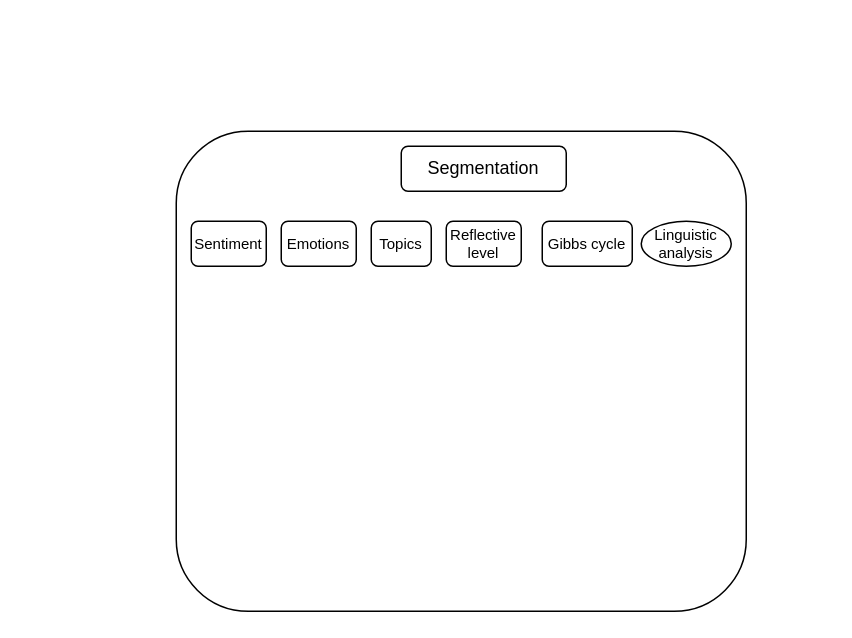
Earlier version of the draw.io diagram Untitled Diagram.drawio (verosol/fixme). Source tidied: cells renumbered, new cells numbered last; positions are measured from the earlier drawing's top-left corner, leaving out a move shared by most shapes. Both pictures are drawn from the tidied source at 150%, with x=0, y=0 at pixel (176, 130).
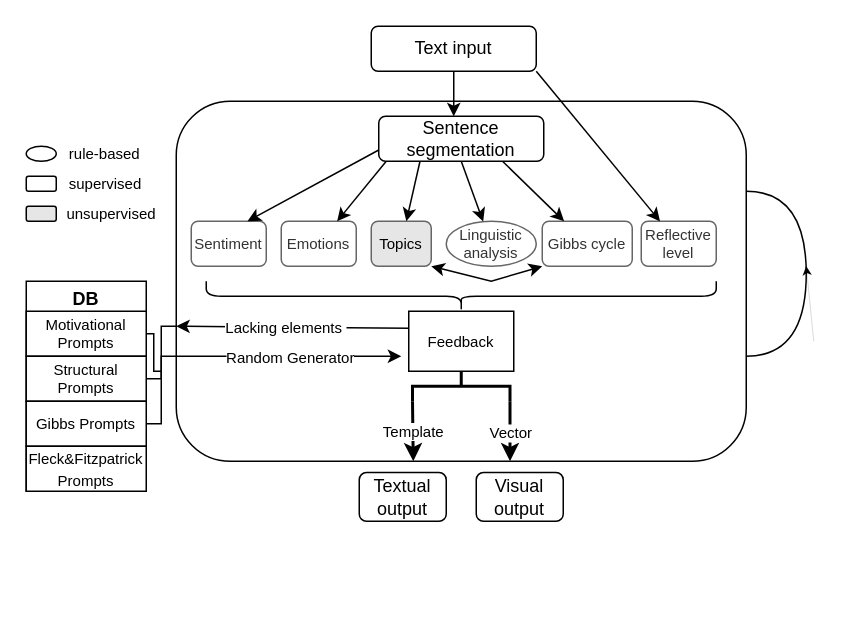
Above is the later version.

Diff of the diagram source:
```diff
@@
     <mxCell id="2" style="rounded=1;whiteSpace=wrap;html=1;" parent="1" vertex="1">
-      <mxGeometry width="380" height="320" as="geometry" />
+      <mxGeometry y="-20" width="380" height="240" as="geometry" />
     </mxCell>
-    <mxCell id="3" value="Segmentation" style="rounded=1;whiteSpace=wrap;html=1;" parent="1" vertex="1">
-      <mxGeometry x="150" y="10" width="110" height="30" as="geometry" />
-    </mxCell>
-    <mxCell id="4" value="Sentiment" style="rounded=1;whiteSpace=wrap;html=1;fontSize=10;" parent="1" vertex="1">
+    <mxCell id="4" value="Sentiment" style="rounded=1;whiteSpace=wrap;html=1;fontSize=10;fillColor=#FFFFFF;fontColor=#333333;strokeColor=#666666;" parent="1" vertex="1">
       <mxGeometry x="10" y="60" width="50" height="30" as="geometry" />
     </mxCell>
-    <mxCell id="5" value="Emotions" style="rounded=1;whiteSpace=wrap;html=1;fontSize=10;" parent="1" vertex="1">
+    <mxCell id="5" value="Emotions" style="rounded=1;whiteSpace=wrap;html=1;fontSize=10;fillColor=#FFFFFF;fontColor=#333333;strokeColor=#666666;" parent="1" vertex="1">
       <mxGeometry x="70" y="60" width="50" height="30" as="geometry" />
     </mxCell>
-    <mxCell id="6" value="Topics" style="rounded=1;whiteSpace=wrap;html=1;fontSize=10;" parent="1" vertex="1">
+    <mxCell id="6" value="Topics" style="rounded=1;whiteSpace=wrap;html=1;fontSize=10;fillColor=#E6E6E6;fillStyle=solid;strokeColor=#666666;" parent="1" vertex="1">
       <mxGeometry x="130" y="60" width="40" height="30" as="geometry" />
     </mxCell>
-    <mxCell id="7" value="Reflective level" style="rounded=1;whiteSpace=wrap;html=1;fontSize=10;" parent="1" vertex="1">
-      <mxGeometry x="180" y="60" width="50" height="30" as="geometry" />
+    <mxCell id="7" value="Reflective level" style="rounded=1;whiteSpace=wrap;html=1;fontSize=10;fillColor=#FFFFFF;fontColor=#333333;strokeColor=#666666;" parent="1" vertex="1">
+      <mxGeometry x="310" y="60" width="50" height="30" as="geometry" />
     </mxCell>
-    <mxCell id="8" value="Gibbs cycle" style="rounded=1;whiteSpace=wrap;html=1;fontSize=10;" parent="1" vertex="1">
+    <mxCell id="8" value="Gibbs cycle" style="rounded=1;whiteSpace=wrap;html=1;fontSize=10;fillColor=#FFFFFF;fontColor=#333333;strokeColor=#666666;" parent="1" vertex="1">
       <mxGeometry x="244" y="60" width="60" height="30" as="geometry" />
     </mxCell>
-    <mxCell id="9" value="Linguistic analysis" style="ellipse;whiteSpace=wrap;html=1;fontSize=10;" parent="1" vertex="1">
-      <mxGeometry x="310" y="60" width="60" height="30" as="geometry" />
+    <mxCell id="9" value="Linguistic analysis" style="ellipse;whiteSpace=wrap;html=1;fontSize=10;fillColor=#FFFFFF;strokeColor=#666666;fontColor=#333333;" parent="1" vertex="1">
+      <mxGeometry x="180" y="60" width="60" height="30" as="geometry" />
     </mxCell>
+    <mxCell id="10" value="Text input" style="rounded=1;whiteSpace=wrap;html=1;" parent="1" vertex="1">
+      <mxGeometry x="130" y="-70" width="110" height="30" as="geometry" />
+    </mxCell>
+    <mxCell id="11" style="endArrow=classic;html=1;rounded=0;exitX=0.75;exitY=1;exitDx=0;exitDy=0;" parent="1" edge="1" source="3" target="8">
+      <mxGeometry relative="1" as="geometry" />
+    </mxCell>
+    <mxCell id="12" style="endArrow=classic;html=1;rounded=0;entryX=0.25;entryY=0;entryDx=0;entryDy=0;" parent="1" edge="1" target="7">
+      <mxGeometry relative="1" as="geometry">
+        <mxPoint x="240" y="-40" as="sourcePoint" />
+      </mxGeometry>
+    </mxCell>
+    <mxCell id="13" style="endArrow=classic;html=1;rounded=0;exitX=0.25;exitY=1;exitDx=0;exitDy=0;" parent="1" edge="1" source="3" target="6">
+      <mxGeometry relative="1" as="geometry" />
+    </mxCell>
+    <mxCell id="14" style="endArrow=classic;html=1;rounded=0;" parent="1" edge="1" target="5">
+      <mxGeometry relative="1" as="geometry">
+        <mxPoint x="140" y="20" as="sourcePoint" />
+      </mxGeometry>
+    </mxCell>
+    <mxCell id="15" style="endArrow=classic;html=1;rounded=0;exitX=0;exitY=0.75;exitDx=0;exitDy=0;entryX=0.75;entryY=0;entryDx=0;entryDy=0;" parent="1" edge="1" source="3" target="4">
+      <mxGeometry relative="1" as="geometry" />
+    </mxCell>
+    <mxCell id="3" value="Sentence segmentation" style="rounded=1;whiteSpace=wrap;html=1;" parent="1" vertex="1">
+      <mxGeometry x="135" y="-10" width="110" height="30" as="geometry" />
+    </mxCell>
+    <mxCell id="16" style="endArrow=classic;html=1;rounded=0;exitX=0.5;exitY=1;exitDx=0;exitDy=0;" parent="1" edge="1" source="3" target="9">
+      <mxGeometry relative="1" as="geometry" />
+    </mxCell>
+    <mxCell id="17" style="endArrow=classic;html=1;rounded=0;exitX=0.5;exitY=1;exitDx=0;exitDy=0;" parent="1" edge="1" source="10">
+      <mxGeometry relative="1" as="geometry">
+        <mxPoint x="185" y="-10" as="targetPoint" />
+      </mxGeometry>
+    </mxCell>
+    <mxCell id="18" style="endArrow=classic;startArrow=classic;html=1;rounded=0;exitX=1;exitY=1;exitDx=0;exitDy=0;entryX=0;entryY=1;entryDx=0;entryDy=0;" parent="1" edge="1" source="6" target="8">
+      <mxGeometry relative="1" as="geometry">
+        <Array as="points">
+          <mxPoint x="210" y="100" />
+        </Array>
+      </mxGeometry>
+    </mxCell>
+    <mxCell id="19" style="shape=curlyBracket;whiteSpace=wrap;html=1;rounded=1;labelPosition=left;verticalLabelPosition=middle;align=right;verticalAlign=middle;direction=north;" parent="1" vertex="1">
+      <mxGeometry x="20" y="100" width="340" height="20" as="geometry" />
+    </mxCell>
+    <mxCell id="20" style="edgeStyle=elbowEdgeStyle;rounded=0;jettySize=auto;html=1;startArrow=none;endArrow=none;exitX=1;exitY=0.5;exitDx=0;exitDy=0;" parent="1" edge="1" source="30">
+      <mxGeometry relative="1" as="geometry">
+        <mxPoint x="-10" y="160" as="targetPoint" />
+      </mxGeometry>
+    </mxCell>
+    <mxCell id="21" style="edgeStyle=elbowEdgeStyle;rounded=0;jettySize=auto;html=1;startArrow=none;endArrow=none;" parent="1" edge="1" source="32">
+      <mxGeometry relative="1" as="geometry">
+        <mxPoint y="150" as="targetPoint" />
+      </mxGeometry>
+    </mxCell>
+    <mxCell id="22" style="edgeStyle=elbowEdgeStyle;rounded=0;jettySize=auto;html=1;elbow=horizontal;startArrow=none;endArrow=none;" parent="1" edge="1" source="33">
+      <mxGeometry relative="1" as="geometry">
+        <mxPoint y="130" as="targetPoint" />
+      </mxGeometry>
+    </mxCell>
+    <mxCell id="23" style="endArrow=classic;html=1;rounded=0;" parent="1" edge="1">
+      <mxGeometry relative="1" as="geometry">
+        <mxPoint x="60" y="187.5" as="sourcePoint" />
+        <mxPoint x="60" y="187.5" as="targetPoint" />
+      </mxGeometry>
+    </mxCell>
+    <mxCell id="24" style="endArrow=classic;html=1;rounded=0;exitX=0.009;exitY=0.406;exitDx=0;exitDy=0;exitPerimeter=0;" parent="1" edge="1">
+      <mxGeometry relative="1" as="geometry">
+        <mxPoint x="155.6" y="131.4" as="sourcePoint" />
+        <mxPoint y="130" as="targetPoint" />
+      </mxGeometry>
+    </mxCell>
+    <mxCell id="25" value="&lt;font style=&quot;font-size: 10px;&quot;&gt;Lacking elements&amp;nbsp;&lt;/font&gt;" style="edgeLabel;html=1;align=center;verticalAlign=middle;fontSize=10;" parent="24" vertex="1">
+      <mxGeometry x="0.07" relative="1" as="geometry" />
+    </mxCell>
+    <mxCell id="26" value="Feedback" style="rounded=0;whiteSpace=wrap;html=1;fontSize=10;" parent="1" vertex="1">
+      <mxGeometry x="155" y="120" width="70" height="40" as="geometry" />
+    </mxCell>
+    <mxCell id="27" style="endArrow=classic;html=1;rounded=0;" parent="1" edge="1">
+      <mxGeometry relative="1" as="geometry">
+        <mxPoint y="150" as="sourcePoint" />
+        <mxPoint x="150" y="150" as="targetPoint" />
+      </mxGeometry>
+    </mxCell>
+    <mxCell id="28" value="Random Generator" style="edgeLabel;html=1;align=center;verticalAlign=middle;fontSize=10;" parent="27" vertex="1">
+      <mxGeometry relative="1" as="geometry" />
+    </mxCell>
+    <mxCell id="29" value="DB" style="swimlane;whiteSpace=wrap;html=1;" parent="1" vertex="1">
+      <mxGeometry x="-100" y="100" width="80" height="140" as="geometry" />
+    </mxCell>
+    <mxCell id="30" value="Motivational Prompts" style="whiteSpace=wrap;html=1;align=center;verticalAlign=middle;newEdgeStyle={&quot;edgeStyle&quot;:&quot;elbowEdgeStyle&quot;,&quot;startArrow&quot;:&quot;none&quot;,&quot;endArrow&quot;:&quot;none&quot;};fontSize=10;" parent="29" vertex="1">
+      <mxGeometry y="20" width="80" height="30" as="geometry" />
+    </mxCell>
+    <mxCell id="31" style="edgeStyle=elbowEdgeStyle;rounded=0;orthogonalLoop=1;jettySize=auto;html=1;startArrow=none;endArrow=none;exitX=1;exitY=1;exitDx=0;exitDy=0;" parent="29" edge="1" source="30" target="30">
+      <mxGeometry relative="1" as="geometry">
+        <Array as="points">
+          <mxPoint x="70" y="60" />
+        </Array>
+      </mxGeometry>
+    </mxCell>
+    <mxCell id="32" value="Structural Prompts" style="whiteSpace=wrap;html=1;align=center;verticalAlign=middle;newEdgeStyle={&quot;edgeStyle&quot;:&quot;elbowEdgeStyle&quot;,&quot;startArrow&quot;:&quot;none&quot;,&quot;endArrow&quot;:&quot;none&quot;};fontSize=10;" parent="29" vertex="1">
+      <mxGeometry y="50" width="80" height="30" as="geometry" />
+    </mxCell>
+    <mxCell id="33" value="Gibbs Prompts" style="whiteSpace=wrap;html=1;align=center;verticalAlign=middle;newEdgeStyle={&quot;edgeStyle&quot;:&quot;elbowEdgeStyle&quot;,&quot;startArrow&quot;:&quot;none&quot;,&quot;endArrow&quot;:&quot;none&quot;};fontSize=10;" parent="29" vertex="1">
+      <mxGeometry y="80" width="80" height="30" as="geometry" />
+    </mxCell>
+    <mxCell id="34" value="&lt;font style=&quot;font-size: 10px;&quot;&gt;Fleck&amp;amp;Fitzpatrick&lt;/font&gt;&lt;br style=&quot;border-color: var(--border-color); font-size: 10px;&quot;&gt;&lt;span style=&quot;font-size: 10px;&quot;&gt;Prompts&lt;/span&gt;" style="rounded=0;whiteSpace=wrap;html=1;" parent="29" vertex="1">
+      <mxGeometry y="110" width="80" height="30" as="geometry" />
+    </mxCell>
+    <mxCell id="35" value="Textual output" style="rounded=1;whiteSpace=wrap;html=1;" parent="1" vertex="1">
+      <mxGeometry x="122" y="227.5" width="58" height="32.5" as="geometry" />
+    </mxCell>
+    <mxCell id="36" style="strokeWidth=2;html=1;shape=mxgraph.flowchart.annotation_2;align=left;labelPosition=right;direction=south;" parent="1" vertex="1">
+      <mxGeometry x="157.5" y="160" width="65" height="20" as="geometry" />
+    </mxCell>
+    <mxCell id="37" style="endArrow=classic;html=1;rounded=0;exitX=1;exitY=1;exitDx=0;exitDy=0;exitPerimeter=0;strokeWidth=2;" parent="1" edge="1" source="36">
+      <mxGeometry relative="1" as="geometry">
+        <mxPoint x="158" y="220" as="targetPoint" />
+      </mxGeometry>
+    </mxCell>
+    <mxCell id="38" value="Template" style="edgeLabel;html=1;align=center;verticalAlign=middle;fontSize=10;" parent="37" vertex="1">
+      <mxGeometry relative="1" as="geometry" />
+    </mxCell>
+    <mxCell id="39" style="endArrow=classic;html=1;rounded=0;exitX=1;exitY=1;exitDx=0;exitDy=0;exitPerimeter=0;spacing=5;spacingLeft=2;strokeWidth=2;" parent="1" edge="1">
+      <mxGeometry relative="1" as="geometry">
+        <mxPoint x="222.5" y="180" as="sourcePoint" />
+        <mxPoint x="222.5" y="220" as="targetPoint" />
+      </mxGeometry>
+    </mxCell>
+    <mxCell id="40" value="Vector" style="edgeLabel;html=1;align=center;verticalAlign=middle;fontSize=10;" parent="39" vertex="1">
+      <mxGeometry relative="1" as="geometry" />
+    </mxCell>
+    <mxCell id="41" value="Visual output" style="rounded=1;whiteSpace=wrap;html=1;" parent="1" vertex="1">
+      <mxGeometry x="200" y="227.5" width="58" height="32.5" as="geometry" />
+    </mxCell>
+    <mxCell id="42" style="shape=requiredInterface;html=1;verticalLabelPosition=bottom;sketch=0;" parent="1" vertex="1">
+      <mxGeometry x="380" y="40" width="40" height="110" as="geometry" />
+    </mxCell>
+    <mxCell id="43" style="endArrow=classic;startArrow=none;html=1;rounded=0;strokeWidth=0;startFill=0;jumpSize=2;shadow=0;" parent="1" edge="1">
+      <mxGeometry relative="1" as="geometry">
+        <mxPoint x="425" y="140" as="sourcePoint" />
+        <mxPoint x="420" y="90" as="targetPoint" />
+      </mxGeometry>
+    </mxCell>
+    <mxCell id="44" style="ellipse;whiteSpace=wrap;html=1;fillColor=#FFFFFF;" parent="1" vertex="1">
+      <mxGeometry x="-100" y="10" width="20" height="10" as="geometry" />
+    </mxCell>
+    <mxCell id="45" style="rounded=1;whiteSpace=wrap;html=1;fillColor=#FFFFFF;" parent="1" vertex="1">
+      <mxGeometry x="-100" y="30" width="20" height="10" as="geometry" />
+    </mxCell>
+    <mxCell id="46" style="rounded=1;whiteSpace=wrap;html=1;fillColor=#e6e6e6;" parent="1" vertex="1">
+      <mxGeometry x="-100" y="50" width="20" height="10" as="geometry" />
+    </mxCell>
+    <mxCell id="47" value="unsupervised" style="text;html=1;strokeColor=none;fillColor=none;align=center;verticalAlign=middle;whiteSpace=wrap;rounded=0;fontSize=10;" parent="1" vertex="1">
+      <mxGeometry x="-67.5" y="50" width="47.5" height="10" as="geometry" />
+    </mxCell>
+    <mxCell id="48" value="supervised" style="text;html=1;strokeColor=none;fillColor=none;align=center;verticalAlign=middle;whiteSpace=wrap;rounded=0;fontSize=10;" parent="1" vertex="1">
+      <mxGeometry x="-62.5" y="30" width="30" height="10" as="geometry" />
+    </mxCell>
+    <mxCell id="49" value="rule-based" style="text;html=1;strokeColor=none;fillColor=none;align=center;verticalAlign=middle;whiteSpace=wrap;rounded=0;fontSize=10;" parent="1" vertex="1">
+      <mxGeometry x="-75" y="10" width="55" height="10" as="geometry" />
+    </mxCell>
```
